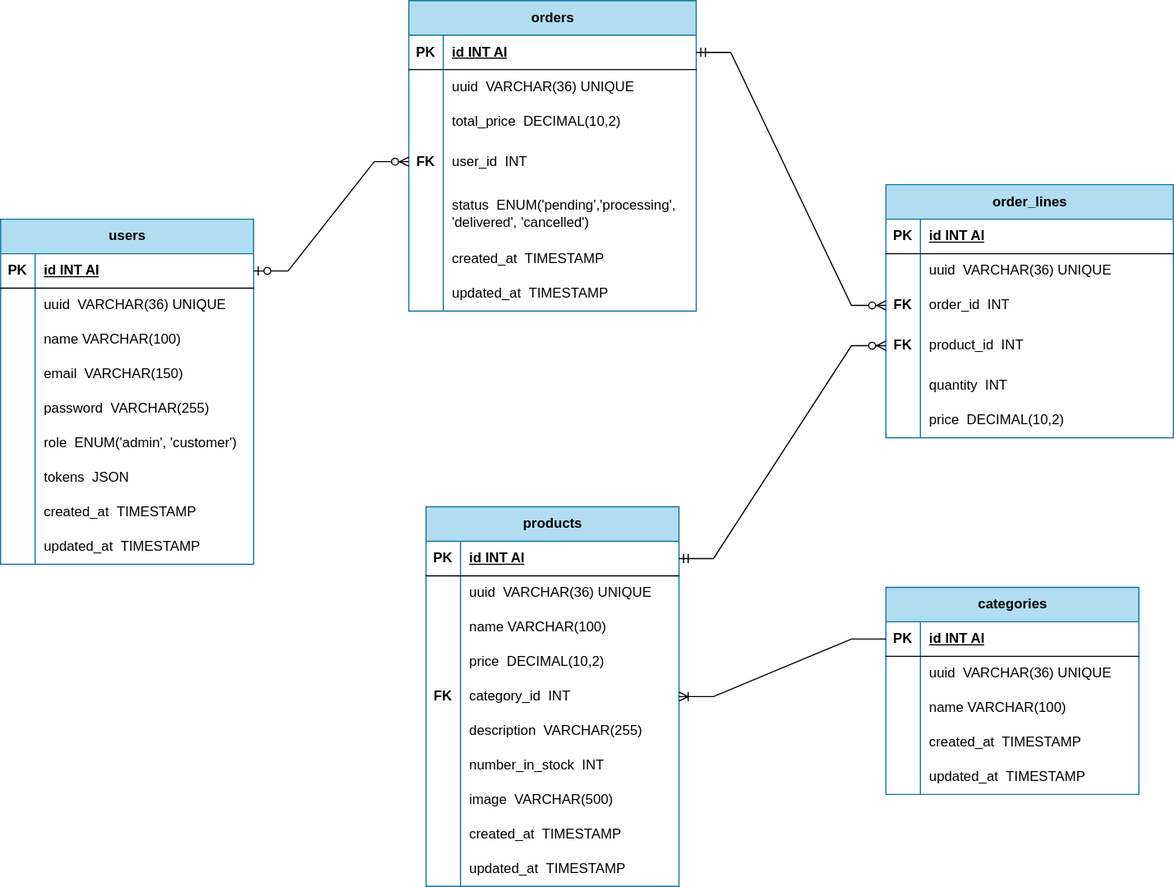
The draw.io diagram docs/Fashion Store-Database Schema V1.0.drawio.svg in Wahab-Al/Fashion-API, before a commit. Source tidied: cells renumbered, new cells last; positions are measured from the earlier drawing's top-left corner, leaving out a move shared by most shapes.
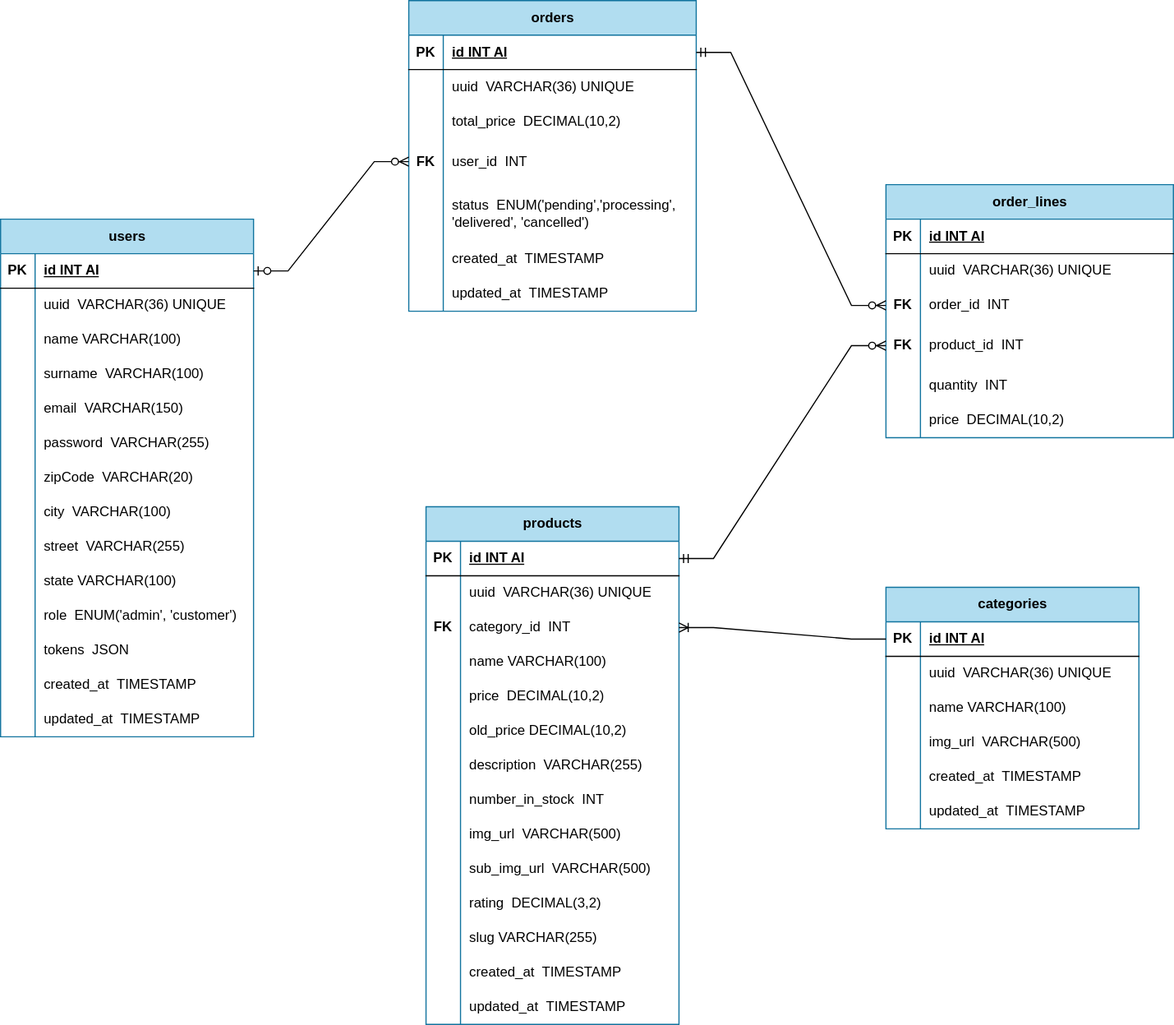
The same diagram one commit later.

Commit message:
feat: install mysql2, update interfaces: add new properties: -product:old_price rating, sub_img_url, slug -user:surname, zipCode, city, street, state -category: img_url

What changed in the source:
```diff
@@ -5,3 +5,3 @@
     <mxCell id="2" value="users" style="shape=table;startSize=30;rowLines=0;fontStyle=1;align=center;html=1;fillColor=#b1ddf0;strokeColor=#10739e;" parent="1" vertex="1">
-      <mxGeometry y="190" width="220" height="300" as="geometry" />
+      <mxGeometry y="190" width="220" height="450" as="geometry" />
     </mxCell>
@@ -34,4 +34,13 @@
     </mxCell>
+    <mxCell id="122" style="shape=tableRow;horizontal=0;startSize=0;swimlaneHead=0;swimlaneBody=0;fillColor=none;top=0;left=0;right=0;bottom=0;" parent="2" vertex="1">
+      <mxGeometry y="120" width="220" height="30" as="geometry" />
+    </mxCell>
+    <mxCell id="123" style="shape=partialRectangle;fillColor=none;top=0;left=0;bottom=0;right=0;overflow=hidden;whiteSpace=wrap;html=1;" parent="122" vertex="1">
+      <mxGeometry width="30" height="30" as="geometry" />
+    </mxCell>
+    <mxCell id="124" value="surname&amp;nbsp; VARCHAR(100)" style="shape=partialRectangle;fillColor=none;top=0;left=0;bottom=0;right=0;align=left;spacingLeft=6;overflow=hidden;whiteSpace=wrap;html=1;" parent="122" vertex="1">
+      <mxGeometry x="30" width="190" height="30" as="geometry" />
+    </mxCell>
     <mxCell id="12" style="shape=tableRow;horizontal=0;startSize=0;swimlaneHead=0;swimlaneBody=0;fillColor=none;top=0;left=0;right=0;bottom=0;" parent="2" vertex="1">
-      <mxGeometry y="120" width="220" height="30" as="geometry" />
+      <mxGeometry y="150" width="220" height="30" as="geometry" />
     </mxCell>
@@ -44,3 +53,3 @@
     <mxCell id="15" style="shape=tableRow;horizontal=0;startSize=0;swimlaneHead=0;swimlaneBody=0;fillColor=none;top=0;left=0;right=0;bottom=0;" parent="2" vertex="1">
-      <mxGeometry y="150" width="220" height="30" as="geometry" />
+      <mxGeometry y="180" width="220" height="30" as="geometry" />
     </mxCell>
@@ -52,4 +61,40 @@
     </mxCell>
+    <mxCell id="125" style="shape=tableRow;horizontal=0;startSize=0;swimlaneHead=0;swimlaneBody=0;fillColor=none;top=0;left=0;right=0;bottom=0;" parent="2" vertex="1">
+      <mxGeometry y="210" width="220" height="30" as="geometry" />
+    </mxCell>
+    <mxCell id="126" style="shape=partialRectangle;fillColor=none;top=0;left=0;bottom=0;right=0;overflow=hidden;whiteSpace=wrap;html=1;" parent="125" vertex="1">
+      <mxGeometry width="30" height="30" as="geometry" />
+    </mxCell>
+    <mxCell id="127" value="zipCode&amp;nbsp; VARCHAR(20)" style="shape=partialRectangle;fillColor=none;top=0;left=0;bottom=0;right=0;align=left;spacingLeft=6;overflow=hidden;whiteSpace=wrap;html=1;" parent="125" vertex="1">
+      <mxGeometry x="30" width="190" height="30" as="geometry" />
+    </mxCell>
+    <mxCell id="128" style="shape=tableRow;horizontal=0;startSize=0;swimlaneHead=0;swimlaneBody=0;fillColor=none;top=0;left=0;right=0;bottom=0;" parent="2" vertex="1">
+      <mxGeometry y="240" width="220" height="30" as="geometry" />
+    </mxCell>
+    <mxCell id="129" style="shape=partialRectangle;fillColor=none;top=0;left=0;bottom=0;right=0;overflow=hidden;whiteSpace=wrap;html=1;" parent="128" vertex="1">
+      <mxGeometry width="30" height="30" as="geometry" />
+    </mxCell>
+    <mxCell id="130" value="city&amp;nbsp; VARCHAR(100)" style="shape=partialRectangle;fillColor=none;top=0;left=0;bottom=0;right=0;align=left;spacingLeft=6;overflow=hidden;whiteSpace=wrap;html=1;" parent="128" vertex="1">
+      <mxGeometry x="30" width="190" height="30" as="geometry" />
+    </mxCell>
+    <mxCell id="131" style="shape=tableRow;horizontal=0;startSize=0;swimlaneHead=0;swimlaneBody=0;fillColor=none;top=0;left=0;right=0;bottom=0;" parent="2" vertex="1">
+      <mxGeometry y="270" width="220" height="30" as="geometry" />
+    </mxCell>
+    <mxCell id="132" style="shape=partialRectangle;fillColor=none;top=0;left=0;bottom=0;right=0;overflow=hidden;whiteSpace=wrap;html=1;" parent="131" vertex="1">
+      <mxGeometry width="30" height="30" as="geometry" />
+    </mxCell>
+    <mxCell id="133" value="street&amp;nbsp; VARCHAR(255)" style="shape=partialRectangle;fillColor=none;top=0;left=0;bottom=0;right=0;align=left;spacingLeft=6;overflow=hidden;whiteSpace=wrap;html=1;" parent="131" vertex="1">
+      <mxGeometry x="30" width="190" height="30" as="geometry" />
+    </mxCell>
+    <mxCell id="134" style="shape=tableRow;horizontal=0;startSize=0;swimlaneHead=0;swimlaneBody=0;fillColor=none;top=0;left=0;right=0;bottom=0;" parent="2" vertex="1">
+      <mxGeometry y="300" width="220" height="30" as="geometry" />
+    </mxCell>
+    <mxCell id="135" style="shape=partialRectangle;fillColor=none;top=0;left=0;bottom=0;right=0;overflow=hidden;whiteSpace=wrap;html=1;" parent="134" vertex="1">
+      <mxGeometry width="30" height="30" as="geometry" />
+    </mxCell>
+    <mxCell id="136" value="state VARCHAR(100)" style="shape=partialRectangle;fillColor=none;top=0;left=0;bottom=0;right=0;align=left;spacingLeft=6;overflow=hidden;whiteSpace=wrap;html=1;" parent="134" vertex="1">
+      <mxGeometry x="30" width="190" height="30" as="geometry" />
+    </mxCell>
     <mxCell id="18" style="shape=tableRow;horizontal=0;startSize=0;swimlaneHead=0;swimlaneBody=0;fillColor=none;top=0;left=0;right=0;bottom=0;" parent="2" vertex="1">
-      <mxGeometry y="180" width="220" height="30" as="geometry" />
+      <mxGeometry y="330" width="220" height="30" as="geometry" />
     </mxCell>
@@ -62,3 +107,3 @@
     <mxCell id="21" style="shape=tableRow;horizontal=0;startSize=0;swimlaneHead=0;swimlaneBody=0;fillColor=none;top=0;left=0;right=0;bottom=0;" parent="2" vertex="1">
-      <mxGeometry y="210" width="220" height="30" as="geometry" />
+      <mxGeometry y="360" width="220" height="30" as="geometry" />
     </mxCell>
@@ -71,3 +116,3 @@
     <mxCell id="24" style="shape=tableRow;horizontal=0;startSize=0;swimlaneHead=0;swimlaneBody=0;fillColor=none;top=0;left=0;right=0;bottom=0;" parent="2" vertex="1">
-      <mxGeometry y="240" width="220" height="30" as="geometry" />
+      <mxGeometry y="390" width="220" height="30" as="geometry" />
     </mxCell>
@@ -80,3 +125,3 @@
     <mxCell id="27" style="shape=tableRow;horizontal=0;startSize=0;swimlaneHead=0;swimlaneBody=0;fillColor=none;top=0;left=0;right=0;bottom=0;" parent="2" vertex="1">
-      <mxGeometry y="270" width="220" height="30" as="geometry" />
+      <mxGeometry y="420" width="220" height="30" as="geometry" />
     </mxCell>
@@ -89,3 +134,3 @@
     <mxCell id="30" value="products" style="shape=table;startSize=30;rowLines=0;fontStyle=1;align=center;html=1;fillColor=#b1ddf0;strokeColor=#10739e;" parent="1" vertex="1">
-      <mxGeometry x="370" y="440" width="220" height="330" as="geometry" />
+      <mxGeometry x="370" y="440" width="220" height="450" as="geometry" />
     </mxCell>
@@ -109,4 +154,13 @@
     </mxCell>
+    <mxCell id="43" style="shape=tableRow;horizontal=0;startSize=0;swimlaneHead=0;swimlaneBody=0;fillColor=none;points=[[0,0.5],[1,0.5]];portConstraint=eastwest;top=0;left=0;right=0;bottom=0;" parent="30" vertex="1">
+      <mxGeometry y="90" width="220" height="30" as="geometry" />
+    </mxCell>
+    <mxCell id="44" value="&lt;b&gt;FK&lt;/b&gt;" style="shape=partialRectangle;fillColor=none;top=0;left=0;bottom=0;right=0;overflow=hidden;whiteSpace=wrap;html=1;" parent="43" vertex="1">
+      <mxGeometry width="30" height="30" as="geometry" />
+    </mxCell>
+    <mxCell id="45" value="category_id&amp;nbsp; INT&amp;nbsp;" style="shape=partialRectangle;fillColor=none;top=0;left=0;bottom=0;right=0;align=left;spacingLeft=6;overflow=hidden;whiteSpace=wrap;html=1;" parent="43" vertex="1">
+      <mxGeometry x="30" width="190" height="30" as="geometry" />
+    </mxCell>
     <mxCell id="37" style="shape=tableRow;horizontal=0;startSize=0;swimlaneHead=0;swimlaneBody=0;fillColor=none;top=0;left=0;right=0;bottom=0;" parent="30" vertex="1">
-      <mxGeometry y="90" width="220" height="30" as="geometry" />
+      <mxGeometry y="120" width="220" height="30" as="geometry" />
     </mxCell>
@@ -119,3 +173,3 @@
     <mxCell id="40" style="shape=tableRow;horizontal=0;startSize=0;swimlaneHead=0;swimlaneBody=0;fillColor=none;top=0;left=0;right=0;bottom=0;" parent="30" vertex="1">
-      <mxGeometry y="120" width="220" height="30" as="geometry" />
+      <mxGeometry y="150" width="220" height="30" as="geometry" />
     </mxCell>
@@ -127,13 +181,13 @@
     </mxCell>
-    <mxCell id="43" style="shape=tableRow;horizontal=0;startSize=0;swimlaneHead=0;swimlaneBody=0;fillColor=none;points=[[0,0.5],[1,0.5]];portConstraint=eastwest;top=0;left=0;right=0;bottom=0;" parent="30" vertex="1">
-      <mxGeometry y="150" width="220" height="30" as="geometry" />
-    </mxCell>
-    <mxCell id="44" value="&lt;b&gt;FK&lt;/b&gt;" style="shape=partialRectangle;fillColor=none;top=0;left=0;bottom=0;right=0;overflow=hidden;whiteSpace=wrap;html=1;" parent="43" vertex="1">
-      <mxGeometry width="30" height="30" as="geometry" />
-    </mxCell>
-    <mxCell id="45" value="category_id&amp;nbsp; INT&amp;nbsp;" style="shape=partialRectangle;fillColor=none;top=0;left=0;bottom=0;right=0;align=left;spacingLeft=6;overflow=hidden;whiteSpace=wrap;html=1;" parent="43" vertex="1">
-      <mxGeometry x="30" width="190" height="30" as="geometry" />
-    </mxCell>
+    <mxCell id="137" style="shape=tableRow;horizontal=0;startSize=0;swimlaneHead=0;swimlaneBody=0;fillColor=none;top=0;left=0;right=0;bottom=0;" parent="30" vertex="1">
+      <mxGeometry y="180" width="220" height="30" as="geometry" />
+    </mxCell>
+    <mxCell id="138" style="shape=partialRectangle;fillColor=none;top=0;left=0;bottom=0;right=0;overflow=hidden;whiteSpace=wrap;html=1;" parent="137" vertex="1">
+      <mxGeometry width="30" height="30" as="geometry" />
+    </mxCell>
+    <mxCell id="139" value="old_price DECIMAL(10,2)" style="shape=partialRectangle;fillColor=none;top=0;left=0;bottom=0;right=0;align=left;spacingLeft=6;overflow=hidden;whiteSpace=wrap;html=1;" parent="137" vertex="1">
+      <mxGeometry x="30" width="190" height="30" as="geometry" />
+    </mxCell>
     <mxCell id="46" style="shape=tableRow;horizontal=0;startSize=0;swimlaneHead=0;swimlaneBody=0;fillColor=none;top=0;left=0;right=0;bottom=0;" parent="30" vertex="1">
-      <mxGeometry y="180" width="220" height="30" as="geometry" />
+      <mxGeometry y="210" width="220" height="30" as="geometry" />
     </mxCell>
@@ -146,3 +200,3 @@
     <mxCell id="49" style="shape=tableRow;horizontal=0;startSize=0;swimlaneHead=0;swimlaneBody=0;fillColor=none;top=0;left=0;right=0;bottom=0;" parent="30" vertex="1">
-      <mxGeometry y="210" width="220" height="30" as="geometry" />
+      <mxGeometry y="240" width="220" height="30" as="geometry" />
     </mxCell>
@@ -155,3 +209,3 @@
     <mxCell id="52" style="shape=tableRow;horizontal=0;startSize=0;swimlaneHead=0;swimlaneBody=0;fillColor=none;top=0;left=0;right=0;bottom=0;" parent="30" vertex="1">
-      <mxGeometry y="240" width="220" height="30" as="geometry" />
+      <mxGeometry y="270" width="220" height="30" as="geometry" />
     </mxCell>
@@ -160,7 +214,34 @@
     </mxCell>
-    <mxCell id="54" value="image&amp;nbsp; VARCHAR(500)" style="shape=partialRectangle;fillColor=none;top=0;left=0;bottom=0;right=0;align=left;spacingLeft=6;overflow=hidden;whiteSpace=wrap;html=1;" parent="52" vertex="1">
+    <mxCell id="54" value="img_url&amp;nbsp; VARCHAR(500)" style="shape=partialRectangle;fillColor=none;top=0;left=0;bottom=0;right=0;align=left;spacingLeft=6;overflow=hidden;whiteSpace=wrap;html=1;" parent="52" vertex="1">
       <mxGeometry x="30" width="190" height="30" as="geometry" />
     </mxCell>
+    <mxCell id="140" style="shape=tableRow;horizontal=0;startSize=0;swimlaneHead=0;swimlaneBody=0;fillColor=none;top=0;left=0;right=0;bottom=0;" parent="30" vertex="1">
+      <mxGeometry y="300" width="220" height="30" as="geometry" />
+    </mxCell>
+    <mxCell id="141" style="shape=partialRectangle;fillColor=none;top=0;left=0;bottom=0;right=0;overflow=hidden;whiteSpace=wrap;html=1;" parent="140" vertex="1">
+      <mxGeometry width="30" height="30" as="geometry" />
+    </mxCell>
+    <mxCell id="142" value="sub_img_url&amp;nbsp; VARCHAR(500)" style="shape=partialRectangle;fillColor=none;top=0;left=0;bottom=0;right=0;align=left;spacingLeft=6;overflow=hidden;whiteSpace=wrap;html=1;" parent="140" vertex="1">
+      <mxGeometry x="30" width="190" height="30" as="geometry" />
+    </mxCell>
+    <mxCell id="143" style="shape=tableRow;horizontal=0;startSize=0;swimlaneHead=0;swimlaneBody=0;fillColor=none;top=0;left=0;right=0;bottom=0;" parent="30" vertex="1">
+      <mxGeometry y="330" width="220" height="30" as="geometry" />
+    </mxCell>
+    <mxCell id="144" style="shape=partialRectangle;fillColor=none;top=0;left=0;bottom=0;right=0;overflow=hidden;whiteSpace=wrap;html=1;" parent="143" vertex="1">
+      <mxGeometry width="30" height="30" as="geometry" />
+    </mxCell>
+    <mxCell id="145" value="rating&amp;nbsp; DECIMAL(3,2)" style="shape=partialRectangle;fillColor=none;top=0;left=0;bottom=0;right=0;align=left;spacingLeft=6;overflow=hidden;whiteSpace=wrap;html=1;" parent="143" vertex="1">
+      <mxGeometry x="30" width="190" height="30" as="geometry" />
+    </mxCell>
+    <mxCell id="146" style="shape=tableRow;horizontal=0;startSize=0;swimlaneHead=0;swimlaneBody=0;fillColor=none;top=0;left=0;right=0;bottom=0;" parent="30" vertex="1">
+      <mxGeometry y="360" width="220" height="30" as="geometry" />
+    </mxCell>
+    <mxCell id="147" style="shape=partialRectangle;fillColor=none;top=0;left=0;bottom=0;right=0;overflow=hidden;whiteSpace=wrap;html=1;" parent="146" vertex="1">
+      <mxGeometry width="30" height="30" as="geometry" />
+    </mxCell>
+    <mxCell id="148" value="slug VARCHAR(255)" style="shape=partialRectangle;fillColor=none;top=0;left=0;bottom=0;right=0;align=left;spacingLeft=6;overflow=hidden;whiteSpace=wrap;html=1;" parent="146" vertex="1">
+      <mxGeometry x="30" width="190" height="30" as="geometry" />
+    </mxCell>
     <mxCell id="55" style="shape=tableRow;horizontal=0;startSize=0;swimlaneHead=0;swimlaneBody=0;fillColor=none;top=0;left=0;right=0;bottom=0;" parent="30" vertex="1">
-      <mxGeometry y="270" width="220" height="30" as="geometry" />
+      <mxGeometry y="390" width="220" height="30" as="geometry" />
     </mxCell>
@@ -173,3 +254,3 @@
     <mxCell id="58" style="shape=tableRow;horizontal=0;startSize=0;swimlaneHead=0;swimlaneBody=0;fillColor=none;top=0;left=0;right=0;bottom=0;" parent="30" vertex="1">
-      <mxGeometry y="300" width="220" height="30" as="geometry" />
+      <mxGeometry y="420" width="220" height="30" as="geometry" />
     </mxCell>
@@ -182,3 +263,3 @@
     <mxCell id="61" value="categories" style="shape=table;startSize=30;rowLines=0;fontStyle=1;align=center;html=1;fillColor=#b1ddf0;strokeColor=#10739e;" parent="1" vertex="1">
-      <mxGeometry x="770" y="510" width="220" height="180" as="geometry" />
+      <mxGeometry x="770" y="510" width="220" height="210" as="geometry" />
     </mxCell>
@@ -211,4 +292,13 @@
     </mxCell>
+    <mxCell id="149" style="shape=tableRow;horizontal=0;startSize=0;swimlaneHead=0;swimlaneBody=0;fillColor=none;top=0;left=0;right=0;bottom=0;" parent="61" vertex="1">
+      <mxGeometry y="120" width="220" height="30" as="geometry" />
+    </mxCell>
+    <mxCell id="150" style="shape=partialRectangle;fillColor=none;top=0;left=0;bottom=0;right=0;overflow=hidden;whiteSpace=wrap;html=1;" parent="149" vertex="1">
+      <mxGeometry width="30" height="30" as="geometry" />
+    </mxCell>
+    <mxCell id="151" value="img_url&amp;nbsp; VARCHAR(500)" style="shape=partialRectangle;fillColor=none;top=0;left=0;bottom=0;right=0;align=left;spacingLeft=6;overflow=hidden;whiteSpace=wrap;html=1;" parent="149" vertex="1">
+      <mxGeometry x="30" width="190" height="30" as="geometry" />
+    </mxCell>
     <mxCell id="71" style="shape=tableRow;horizontal=0;startSize=0;swimlaneHead=0;swimlaneBody=0;fillColor=none;top=0;left=0;right=0;bottom=0;" parent="61" vertex="1">
-      <mxGeometry y="120" width="220" height="30" as="geometry" />
+      <mxGeometry y="150" width="220" height="30" as="geometry" />
     </mxCell>
@@ -221,3 +311,3 @@
     <mxCell id="74" style="shape=tableRow;horizontal=0;startSize=0;swimlaneHead=0;swimlaneBody=0;fillColor=none;top=0;left=0;right=0;bottom=0;" parent="61" vertex="1">
-      <mxGeometry y="150" width="220" height="30" as="geometry" />
+      <mxGeometry y="180" width="220" height="30" as="geometry" />
     </mxCell>
```
